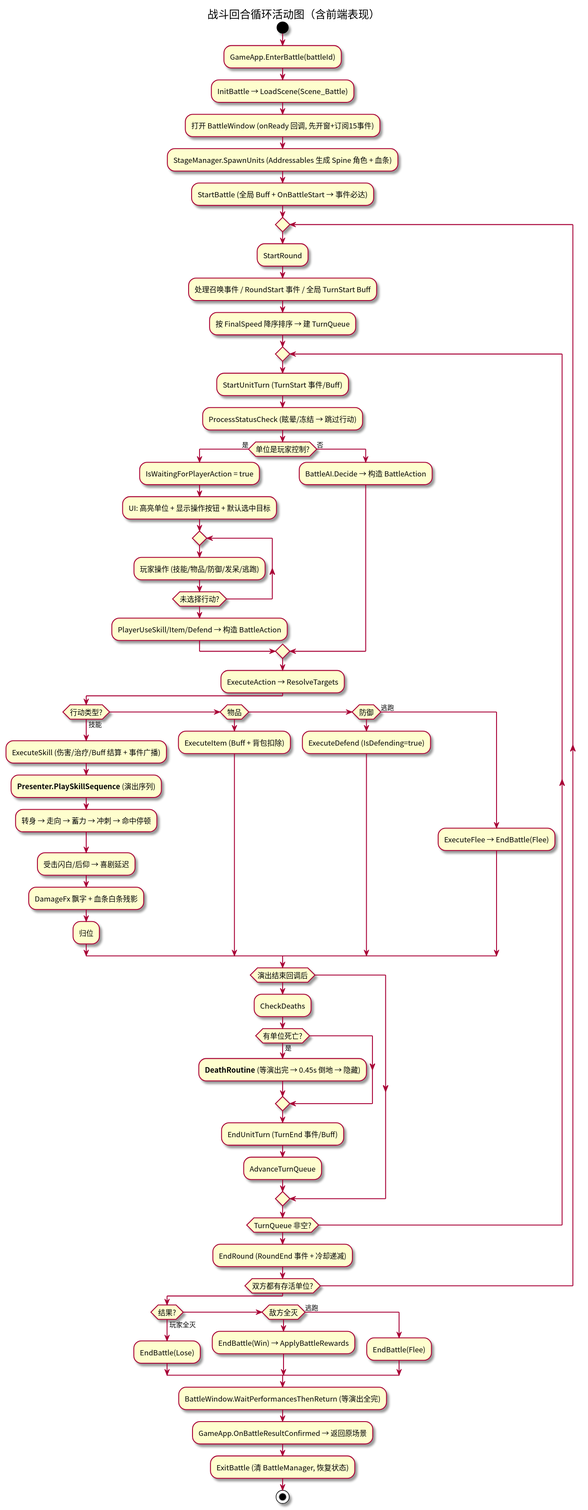
Earlier version of the PlantUML export Docs/战斗系统UML/battle_activity.svg (SaluteBEE/Hippo-s-Epic).
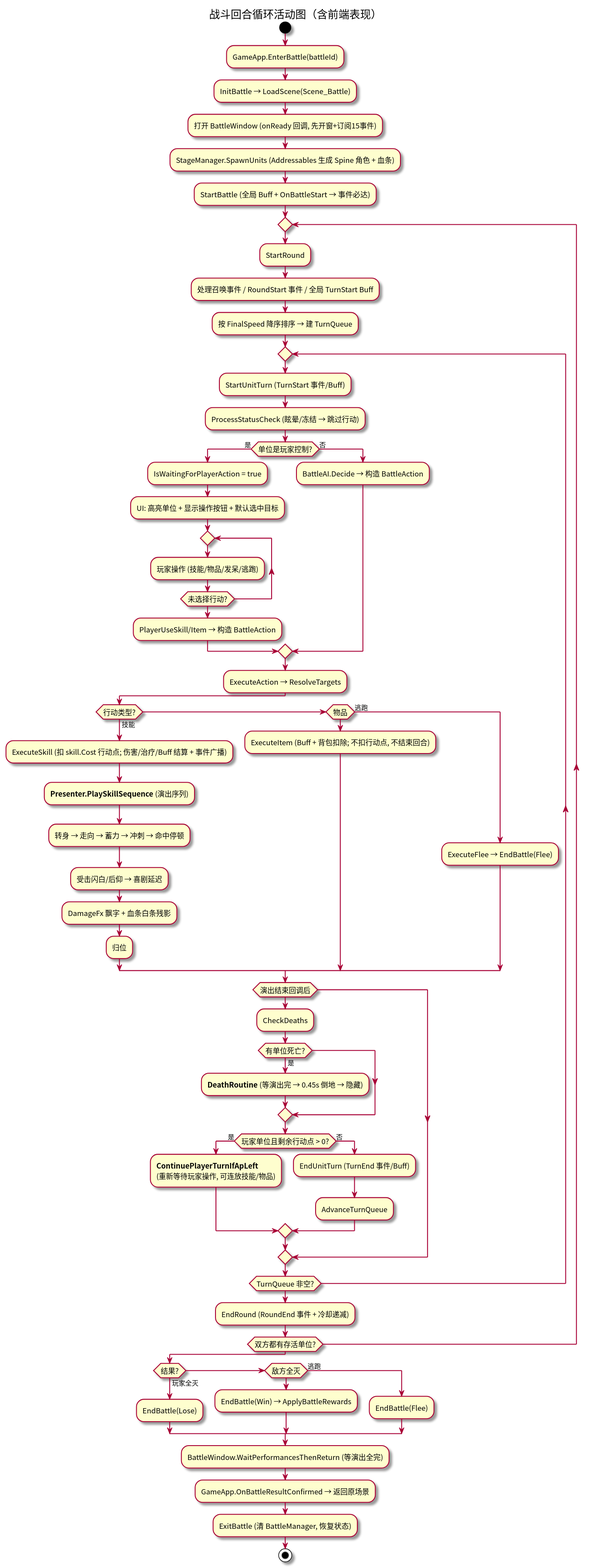
After the commit.

What changed in the source:
```diff
@@ -23,25 +23,23 @@
       :IsWaitingForPlayerAction = true;
       :UI: 高亮单位 + 显示操作按钮 + 默认选中目标;
       repeat
-        :玩家操作 (技能/物品/防御/发呆/逃跑);
+        :玩家操作 (技能/物品/发呆/逃跑);
       repeatwhile (未选择行动?)
-      :PlayerUseSkill/Item/Defend → 构造 BattleAction;
+      :PlayerUseSkill/Item → 构造 BattleAction;
     else (否)
       :BattleAI.Decide → 构造 BattleAction;
     endif
 
     :ExecuteAction → ResolveTargets;
     if (行动类型?) then (技能)
-      :ExecuteSkill (伤害/治疗/Buff 结算 + 事件广播);
+      :ExecuteSkill (扣 skill.Cost 行动点; 伤害/治疗/Buff 结算 + 事件广播);
       :**Presenter.PlaySkillSequence** (演出序列);
       :转身 → 走向 → 蓄力 → 冲刺 → 命中停顿;
       :受击闪白/后仰 → 喜剧延迟;
       :DamageFx 飘字 + 血条白条残影;
       :归位;
     elseif (物品) then
-      :ExecuteItem (Buff + 背包扣除);
-    elseif (防御) then
-      :ExecuteDefend (IsDefending=true);
+      :ExecuteItem (Buff + 背包扣除; 不扣行动点, 不结束回合);
     else (逃跑)
       :ExecuteFlee → EndBattle(Flee);
     endif
@@ -51,8 +49,12 @@
       if (有单位死亡?) then (是)
         :**DeathRoutine** (等演出完 → 0.45s 倒地 → 隐藏);
       endif
-      :EndUnitTurn (TurnEnd 事件/Buff);
-      :AdvanceTurnQueue;
+      if (玩家单位且剩余行动点 > 0?) then (是)
+        :**ContinuePlayerTurnIfApLeft**\n(重新等待玩家操作, 可连放技能/物品);
+      else (否)
+        :EndUnitTurn (TurnEnd 事件/Buff);
+        :AdvanceTurnQueue;
+      endif
     endif
   repeatwhile (TurnQueue 非空?)
 
```
